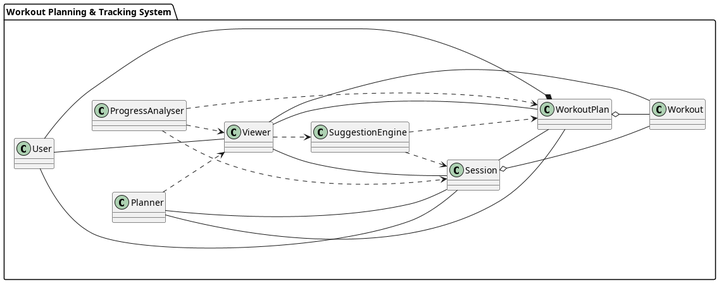
Before: docs/class-diagrams/overallClassDiagram.png, a diagram exported from PlantUML (kevinru2023/Legion-Of-Code).
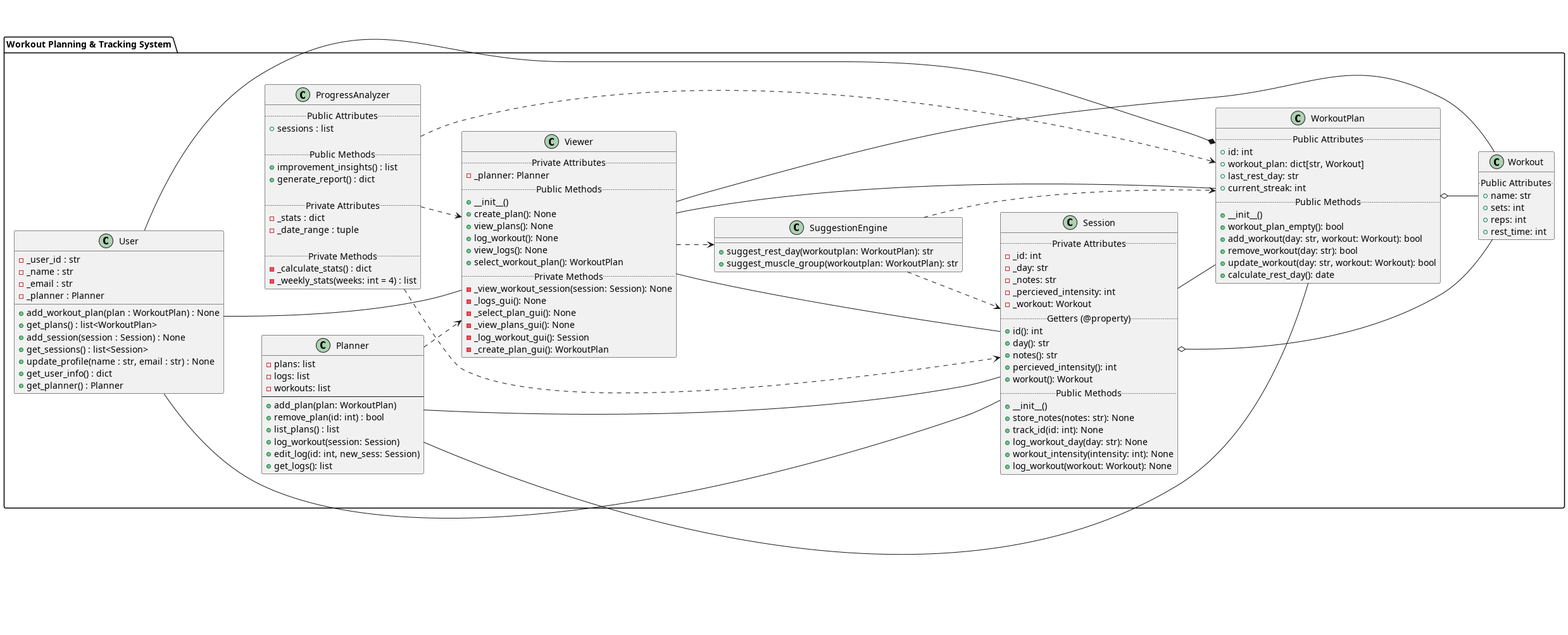
After the commit.

Commit message:
Updated overall class diagrams, made a simplified version, and also added the missing C-06 files

Diff of the diagram source:
```diff
@@ -2,14 +2,112 @@
 left to right direction
 
 package "Workout Planning & Tracking System"{
-    class User
-    class Planner
-    class Viewer
-    class WorkoutPlan
-    class Session
-    class Workout
-    class SuggestionEngine
-    class ProgressAnalyser
+    class User {
+        - _user_id : str
+        - _name : str
+        - _email : str
+        - _planner : Planner
+
+        + add_workout_plan(plan : WorkoutPlan) : None
+        + get_plans() : list<WorkoutPlan>
+        + add_session(session : Session) : None
+        + get_sessions() : list<Session>
+        + update_profile(name : str, email : str) : None
+        + get_user_info() : dict
+        + get_planner() : Planner
+    }
+    class Planner {
+        -plans: list
+        -logs: list
+        -workouts: list
+        --
+        +add_plan(plan: WorkoutPlan)
+        +remove_plan(id: int) : bool
+        +list_plans() : list
+        +log_workout(session: Session)
+        +edit_log(id: int, new_sess: Session)
+        +get_logs(): list
+    }
+    class Viewer {
+        .. Private Attributes ..
+        - _planner: Planner
+        .. Public Methods ..
+        + __init__()
+        + create_plan(): None
+        + view_plans(): None
+        + log_workout(): None
+        + view_logs(): None
+        + select_workout_plan(): WorkoutPlan
+        .. Private Methods ..
+        - _view_workout_session(session: Session): None
+        - _logs_gui(): None
+        - _select_plan_gui(): None
+        - _view_plans_gui(): None
+        - _log_workout_gui(): Session
+        - _create_plan_gui(): WorkoutPlan
+    }
+    class WorkoutPlan {
+        .. Public Attributes ..
+        + id: int
+        + workout_plan: dict[str, Workout]
+        + last_rest_day: str
+        + current_streak: int
+        .. Public Methods ..
+        + __init__()
+        + workout_plan_empty(): bool
+        + add_workout(day: str, workout: Workout): bool
+        + remove_workout(day: str): bool
+        + update_workout(day: str, workout: Workout): bool
+        + calculate_rest_day(): date
+    }
+    class Session {
+        .. Private Attributes ..
+        - _id: int
+        - _day: str
+        - _notes: str
+        - _percieved_intensity: int
+        - _workout: Workout
+        .. Getters (@property) ..
+        + id(): int
+        + day(): str
+        + notes(): str
+        + percieved_intensity(): int
+        + workout(): Workout
+        .. Public Methods ..
+        + __init__()
+        + store_notes(notes: str): None
+        + track_id(id: int): None
+        + log_workout_day(day: str): None
+        + workout_intensity(intensity: int): None
+        + log_workout(workout: Workout): None
+    }
+    class Workout {
+        .. Public Attributes ..
+        + name: str
+        + sets: int
+        + reps: int
+        + rest_time: int
+    }
+    class SuggestionEngine {
+        + suggest_rest_day(workoutplan: WorkoutPlan): str
+        + suggest_muscle_group(workoutplan: WorkoutPlan): str
+    }
+    class ProgressAnalyzer {
+        .. Public Attributes ..
+        +sessions : list
+
+        .. Public Methods ..
+        +improvement_insights() : list
+        +generate_report() : dict
+
+        .. Private Attributes ..
+        - _stats : dict
+        - _date_range : tuple
+
+        .. Private Methods ..
+        - _calculate_stats() : dict
+        - _weekly_stats(weeks: int = 4) : list
+    }
 
     User -down-* WorkoutPlan
     User -down-- Session
@@ -28,9 +126,9 @@
     Session -- WorkoutPlan
     Session o-- Workout
 
-    ProgressAnalyser ..> Viewer
-    ProgressAnalyser ..> Session
-    ProgressAnalyser ..> WorkoutPlan
+    ProgressAnalyzer ..> Viewer
+    ProgressAnalyzer ..> Session
+    ProgressAnalyzer ..> WorkoutPlan
 
     SuggestionEngine ..> WorkoutPlan
     SuggestionEngine ..> Session
```
